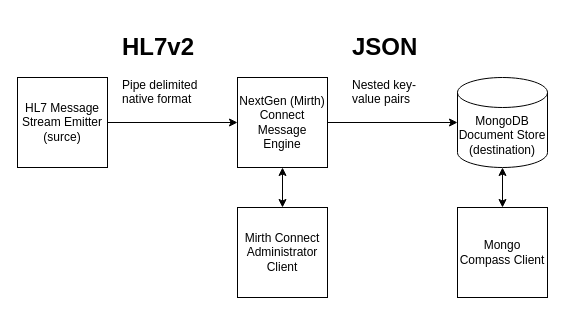
Above: img/arch.dio in morningtundra/HL7_Mirth_MongoDB_JSON (draw.io), before the change. Source tidied: cells renumbered, new cells numbered last; positions are measured from the earlier drawing's top-left corner, leaving out a move shared by most shapes. Both pictures are drawn from the tidied source at 100%, with x=0, y=0 at pixel (17, 27).
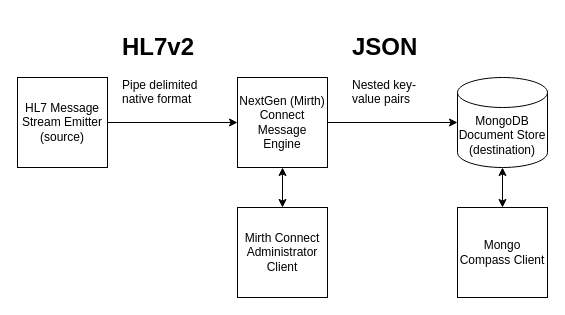
The same page after the edit.

What changed in the source:
```diff
@@
 <mxGraphModel>
   <root>
     <mxCell id="0" />
     <mxCell id="1" parent="0" />
-    <mxCell id="2" value="HL7 Message Stream Emitter&lt;br&gt;(surce)" style="whiteSpace=wrap;html=1;" parent="1" vertex="1">
+    <mxCell id="2" value="HL7 Message Stream Emitter&lt;br&gt;(source)" style="whiteSpace=wrap;html=1;" parent="1" vertex="1">
       <mxGeometry y="50" width="90" height="90" as="geometry" />
     </mxCell>
     <mxCell id="3" value="NextGen (Mirth) Connect Message Engine" style="whiteSpace=wrap;html=1;" parent="1" vertex="1">
       <mxGeometry x="220" y="50" width="90" height="90" as="geometry" />
     </mxCell>
     <mxCell id="4" value="MongoDB Document Store&lt;br&gt;(destination)" style="shape=cylinder3;whiteSpace=wrap;html=1;boundedLbl=1;backgroundOutline=1;size=15;" parent="1" vertex="1">
       <mxGeometry x="440" y="50" width="90" height="90" as="geometry" />
     </mxCell>
     <mxCell id="5" value="Mongo Compass Client" style="whiteSpace=wrap;html=1;" parent="1" vertex="1">
       <mxGeometry x="440" y="180" width="90" height="90" as="geometry" />
     </mxCell>
     <mxCell id="6" value="Mirth Connect Administrator Client" style="whiteSpace=wrap;html=1;" parent="1" vertex="1">
       <mxGeometry x="220" y="180" width="90" height="90" as="geometry" />
     </mxCell>
     <mxCell id="7" style="endArrow=classic;startArrow=classic;html=1;entryX=0.5;entryY=1;entryDx=0;entryDy=0;exitX=0.5;exitY=0;exitDx=0;exitDy=0;" parent="1" edge="1" source="6" target="3">
       <mxGeometry relative="1" as="geometry" />
     </mxCell>
     <mxCell id="8" style="endArrow=classic;startArrow=classic;html=1;entryX=0.5;entryY=1;entryDx=0;entryDy=0;entryPerimeter=0;exitX=0.5;exitY=0;exitDx=0;exitDy=0;" parent="1" edge="1" source="5" target="4">
       <mxGeometry relative="1" as="geometry" />
     </mxCell>
     <mxCell id="9" style="endArrow=classic;html=1;exitX=1;exitY=0.5;exitDx=0;exitDy=0;entryX=0;entryY=0.5;entryDx=0;entryDy=0;" parent="1" edge="1" source="2" target="3">
       <mxGeometry relative="1" as="geometry" />
     </mxCell>
     <mxCell id="10" style="endArrow=classic;html=1;exitX=1;exitY=0.5;exitDx=0;exitDy=0;entryX=0;entryY=0.5;entryDx=0;entryDy=0;entryPerimeter=0;" parent="1" edge="1" source="3" target="4">
       <mxGeometry relative="1" as="geometry" />
     </mxCell>
     <mxCell id="11" value="&lt;h1&gt;HL7v2&lt;/h1&gt;&lt;div&gt;Pipe delimited native format&lt;/div&gt;" style="text;html=1;strokeColor=none;fillColor=none;spacing=5;spacingTop=-20;whiteSpace=wrap;overflow=hidden;rounded=0;" parent="1" vertex="1">
       <mxGeometry x="100" width="100" height="80" as="geometry" />
     </mxCell>
     <mxCell id="12" value="&lt;h1&gt;JSON&lt;/h1&gt;&lt;div&gt;Nested key-value pairs&lt;/div&gt;" style="text;html=1;strokeColor=none;fillColor=none;spacing=5;spacingTop=-20;whiteSpace=wrap;overflow=hidden;rounded=0;" parent="1" vertex="1">
       <mxGeometry x="330" width="100" height="80" as="geometry" />
     </mxCell>
   </root>
 </mxGraphModel>
```
